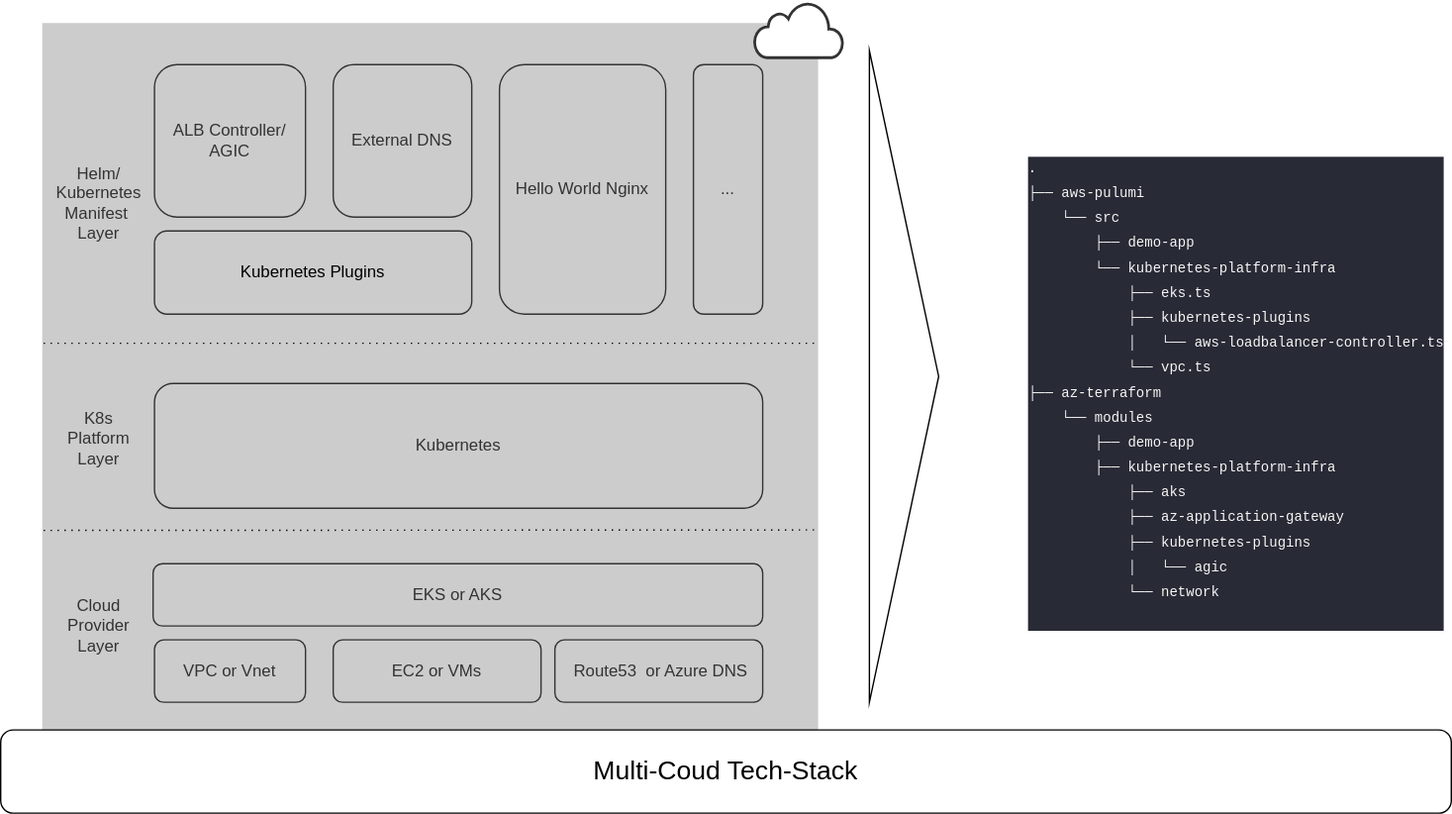
Before: images/cloud-agnostic-tech-stack.svg, a diagram exported from draw.io (flo-kn/cloud-agnostic-container-mgmt). Source tidied: cells renumbered, new cells last; positions are measured from the earlier drawing's top-left corner, leaving out a move shared by most shapes.
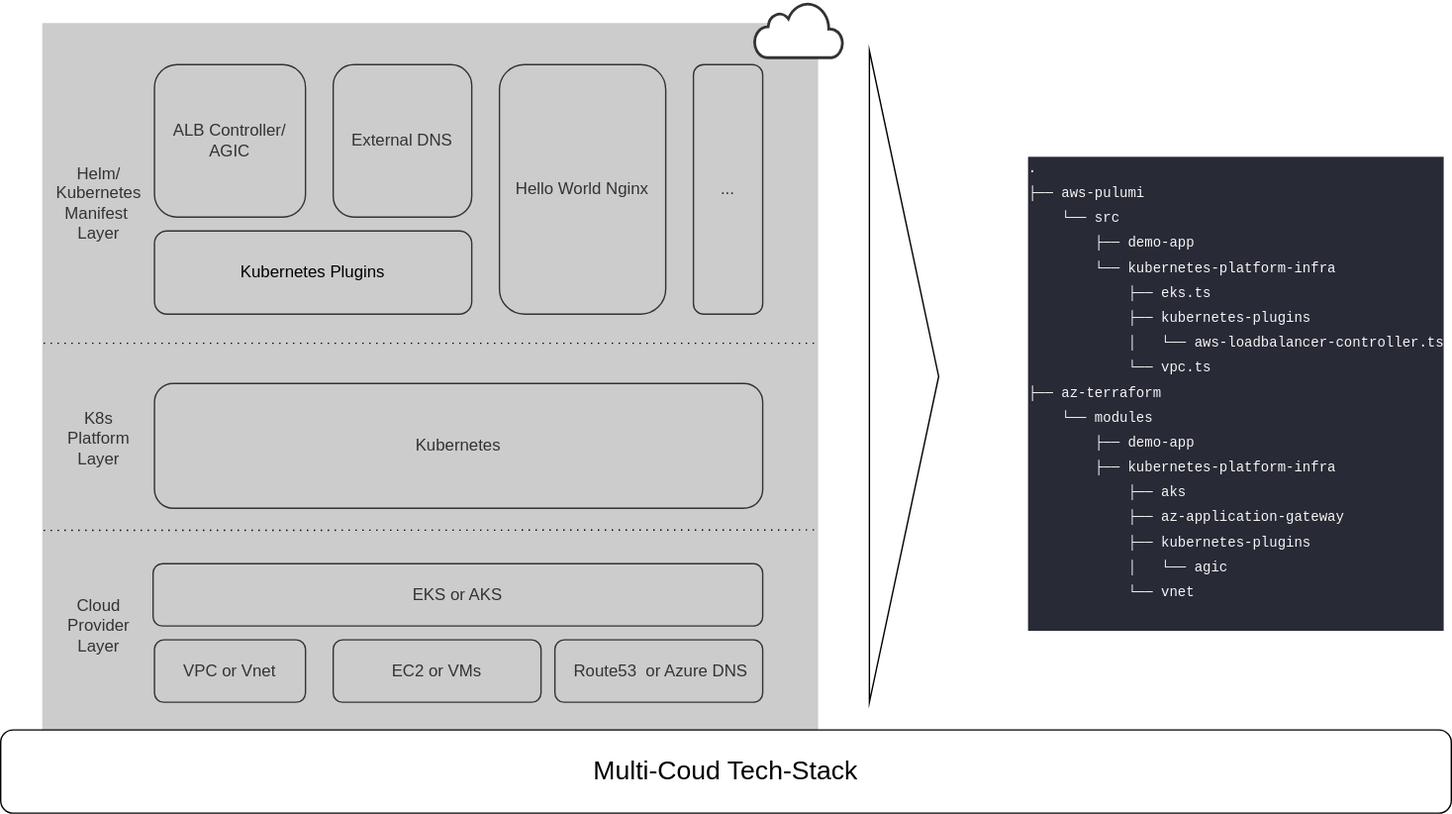
After the commit.

Commit message:
docs: allign naming convention

What changed in the source:
```diff
@@ -61,7 +61,7 @@
     <mxCell id="19" value="Multi-Coud Tech-Stack" style="rounded=1;whiteSpace=wrap;html=1;fontSize=19;" parent="1" vertex="1">
       <mxGeometry y="525" width="1047" height="60" as="geometry" />
     </mxCell>
-    <mxCell id="20" value="&lt;div style=&quot;color: rgb(246, 246, 244); background-color: rgb(40, 42, 54); font-weight: normal; font-size: 10px; line-height: 18px;&quot;&gt;&lt;div&gt;&lt;span style=&quot;color: #f6f6f4;&quot;&gt;.&lt;/span&gt;&lt;/div&gt;&lt;div&gt;&lt;span style=&quot;color: #f6f6f4;&quot;&gt;├── aws-pulumi&lt;/span&gt;&lt;/div&gt;&lt;div&gt;&lt;span style=&quot;color: #f6f6f4;&quot;&gt;&amp;nbsp; &amp;nbsp; └── src&lt;/span&gt;&lt;/div&gt;&lt;div&gt;&lt;span style=&quot;color: #f6f6f4;&quot;&gt;&amp;nbsp; &amp;nbsp; &amp;nbsp; &amp;nbsp; ├── demo-app&lt;/span&gt;&lt;/div&gt;&lt;div&gt;&lt;span style=&quot;color: #f6f6f4;&quot;&gt;&amp;nbsp; &amp;nbsp; &amp;nbsp; &amp;nbsp; └── kubernetes-platform-infra&lt;/span&gt;&lt;/div&gt;&lt;div&gt;&lt;span style=&quot;color: #f6f6f4;&quot;&gt;&amp;nbsp; &amp;nbsp; &amp;nbsp; &amp;nbsp; &amp;nbsp; &amp;nbsp; ├── eks.ts&lt;/span&gt;&lt;/div&gt;&lt;div&gt;&lt;span style=&quot;color: #f6f6f4;&quot;&gt;&amp;nbsp; &amp;nbsp; &amp;nbsp; &amp;nbsp; &amp;nbsp; &amp;nbsp; ├── kubernetes-plugins&lt;/span&gt;&lt;/div&gt;&lt;div&gt;&lt;span style=&quot;color: #f6f6f4;&quot;&gt;&amp;nbsp; &amp;nbsp; &amp;nbsp; &amp;nbsp; &amp;nbsp; &amp;nbsp; │&amp;nbsp; &amp;nbsp;└── aws-loadbalancer-controller.ts&lt;/span&gt;&lt;/div&gt;&lt;div&gt;&lt;span style=&quot;color: #f6f6f4;&quot;&gt;&amp;nbsp; &amp;nbsp; &amp;nbsp; &amp;nbsp; &amp;nbsp; &amp;nbsp; └── vpc.ts&lt;/span&gt;&lt;/div&gt;&lt;div&gt;&lt;span style=&quot;color: #f6f6f4;&quot;&gt;├── az-terraform&lt;/span&gt;&lt;/div&gt;&lt;div&gt;&lt;span style=&quot;color: #f6f6f4;&quot;&gt;&amp;nbsp; &amp;nbsp; └── modules&lt;/span&gt;&lt;/div&gt;&lt;div&gt;&lt;span style=&quot;color: #f6f6f4;&quot;&gt;&amp;nbsp; &amp;nbsp; &amp;nbsp; &amp;nbsp; ├── demo-app&lt;/span&gt;&lt;/div&gt;&lt;div&gt;&lt;span style=&quot;color: #f6f6f4;&quot;&gt;&amp;nbsp; &amp;nbsp; &amp;nbsp; &amp;nbsp; ├── kubernetes-platform-infra&lt;/span&gt;&lt;/div&gt;&lt;div&gt;&lt;span style=&quot;color: #f6f6f4;&quot;&gt;&amp;nbsp; &amp;nbsp; &amp;nbsp; &amp;nbsp; &amp;nbsp; &amp;nbsp; ├── aks&lt;/span&gt;&lt;/div&gt;&lt;div&gt;&lt;span style=&quot;color: #f6f6f4;&quot;&gt;&amp;nbsp; &amp;nbsp; &amp;nbsp; &amp;nbsp; &amp;nbsp; &amp;nbsp; ├── az-application-gateway&lt;/span&gt;&lt;/div&gt;&lt;div&gt;&lt;span style=&quot;color: #f6f6f4;&quot;&gt;&amp;nbsp; &amp;nbsp; &amp;nbsp; &amp;nbsp; &amp;nbsp; &amp;nbsp; ├── kubernetes-plugins&lt;/span&gt;&lt;/div&gt;&lt;div&gt;&lt;span style=&quot;color: #f6f6f4;&quot;&gt;&amp;nbsp; &amp;nbsp; &amp;nbsp; &amp;nbsp; &amp;nbsp; &amp;nbsp; │&amp;nbsp; &amp;nbsp;└── agic&lt;/span&gt;&lt;/div&gt;&lt;div&gt;&lt;span style=&quot;color: #f6f6f4;&quot;&gt;&amp;nbsp; &amp;nbsp; &amp;nbsp; &amp;nbsp; &amp;nbsp; &amp;nbsp; └── network&lt;/span&gt;&lt;/div&gt;&lt;div&gt;&lt;br&gt;&lt;/div&gt;&lt;/div&gt;" style="text;whiteSpace=wrap;html=1;fontFamily=Courier New;" parent="1" vertex="1">
+    <mxCell id="20" value="&lt;div style=&quot;color: rgb(246, 246, 244); background-color: rgb(40, 42, 54); font-weight: normal; font-size: 10px; line-height: 18px;&quot;&gt;&lt;div&gt;&lt;span style=&quot;color: #f6f6f4;&quot;&gt;.&lt;/span&gt;&lt;/div&gt;&lt;div&gt;&lt;span style=&quot;color: #f6f6f4;&quot;&gt;├── aws-pulumi&lt;/span&gt;&lt;/div&gt;&lt;div&gt;&lt;span style=&quot;color: #f6f6f4;&quot;&gt;&amp;nbsp; &amp;nbsp; └── src&lt;/span&gt;&lt;/div&gt;&lt;div&gt;&lt;span style=&quot;color: #f6f6f4;&quot;&gt;&amp;nbsp; &amp;nbsp; &amp;nbsp; &amp;nbsp; ├── demo-app&lt;/span&gt;&lt;/div&gt;&lt;div&gt;&lt;span style=&quot;color: #f6f6f4;&quot;&gt;&amp;nbsp; &amp;nbsp; &amp;nbsp; &amp;nbsp; └── kubernetes-platform-infra&lt;/span&gt;&lt;/div&gt;&lt;div&gt;&lt;span style=&quot;color: #f6f6f4;&quot;&gt;&amp;nbsp; &amp;nbsp; &amp;nbsp; &amp;nbsp; &amp;nbsp; &amp;nbsp; ├── eks.ts&lt;/span&gt;&lt;/div&gt;&lt;div&gt;&lt;span style=&quot;color: #f6f6f4;&quot;&gt;&amp;nbsp; &amp;nbsp; &amp;nbsp; &amp;nbsp; &amp;nbsp; &amp;nbsp; ├── kubernetes-plugins&lt;/span&gt;&lt;/div&gt;&lt;div&gt;&lt;span style=&quot;color: #f6f6f4;&quot;&gt;&amp;nbsp; &amp;nbsp; &amp;nbsp; &amp;nbsp; &amp;nbsp; &amp;nbsp; │&amp;nbsp; &amp;nbsp;└── aws-loadbalancer-controller.ts&lt;/span&gt;&lt;/div&gt;&lt;div&gt;&lt;span style=&quot;color: #f6f6f4;&quot;&gt;&amp;nbsp; &amp;nbsp; &amp;nbsp; &amp;nbsp; &amp;nbsp; &amp;nbsp; └── vpc.ts&lt;/span&gt;&lt;/div&gt;&lt;div&gt;&lt;span style=&quot;color: #f6f6f4;&quot;&gt;├── az-terraform&lt;/span&gt;&lt;/div&gt;&lt;div&gt;&lt;span style=&quot;color: #f6f6f4;&quot;&gt;&amp;nbsp; &amp;nbsp; └── modules&lt;/span&gt;&lt;/div&gt;&lt;div&gt;&lt;span style=&quot;color: #f6f6f4;&quot;&gt;&amp;nbsp; &amp;nbsp; &amp;nbsp; &amp;nbsp; ├── demo-app&lt;/span&gt;&lt;/div&gt;&lt;div&gt;&lt;span style=&quot;color: #f6f6f4;&quot;&gt;&amp;nbsp; &amp;nbsp; &amp;nbsp; &amp;nbsp; ├── kubernetes-platform-infra&lt;/span&gt;&lt;/div&gt;&lt;div&gt;&lt;span style=&quot;color: #f6f6f4;&quot;&gt;&amp;nbsp; &amp;nbsp; &amp;nbsp; &amp;nbsp; &amp;nbsp; &amp;nbsp; ├── aks&lt;/span&gt;&lt;/div&gt;&lt;div&gt;&lt;span style=&quot;color: #f6f6f4;&quot;&gt;&amp;nbsp; &amp;nbsp; &amp;nbsp; &amp;nbsp; &amp;nbsp; &amp;nbsp; ├── az-application-gateway&lt;/span&gt;&lt;/div&gt;&lt;div&gt;&lt;span style=&quot;color: #f6f6f4;&quot;&gt;&amp;nbsp; &amp;nbsp; &amp;nbsp; &amp;nbsp; &amp;nbsp; &amp;nbsp; ├── kubernetes-plugins&lt;/span&gt;&lt;/div&gt;&lt;div&gt;&lt;span style=&quot;color: #f6f6f4;&quot;&gt;&amp;nbsp; &amp;nbsp; &amp;nbsp; &amp;nbsp; &amp;nbsp; &amp;nbsp; │&amp;nbsp; &amp;nbsp;└── agic&lt;/span&gt;&lt;/div&gt;&lt;div&gt;&lt;span style=&quot;color: #f6f6f4;&quot;&gt;&amp;nbsp; &amp;nbsp; &amp;nbsp; &amp;nbsp; &amp;nbsp; &amp;nbsp; └── vnet&lt;/span&gt;&lt;/div&gt;&lt;div&gt;&lt;br&gt;&lt;/div&gt;&lt;/div&gt;" style="text;whiteSpace=wrap;html=1;fontFamily=Courier New;" parent="1" vertex="1">
       <mxGeometry x="740" y="105" width="307" height="370" as="geometry" />
     </mxCell>
     <mxCell id="21" style="triangle;whiteSpace=wrap;html=1;" parent="1" vertex="1">
```
